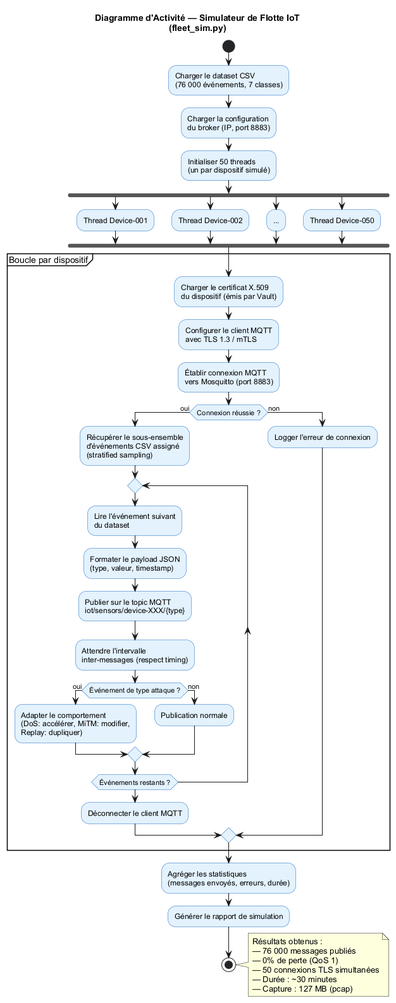
The PlantUML diagram documentation/rapport4/diagrams/diag-fleet-activity.png in AmineGhannouchi/PFE-IoT-Security-TT, before a commit.
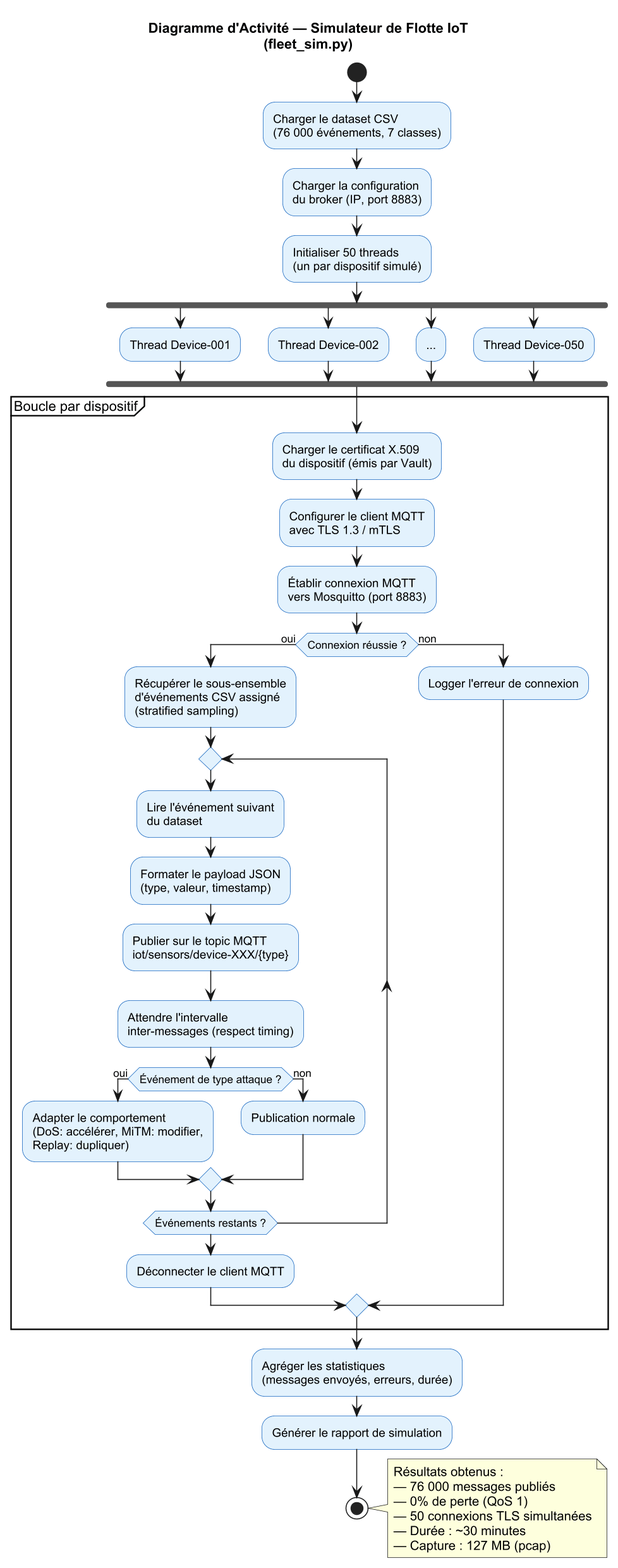
The same file after the commit.

Change to the diagram source:
```diff
@@ -1,4 +1,5 @@
 @startuml diag-fleet-activity
+skinparamlocked dpi 150
 
 skinparam backgroundColor #FFFFFF
 skinparam defaultFontName Arial
```
